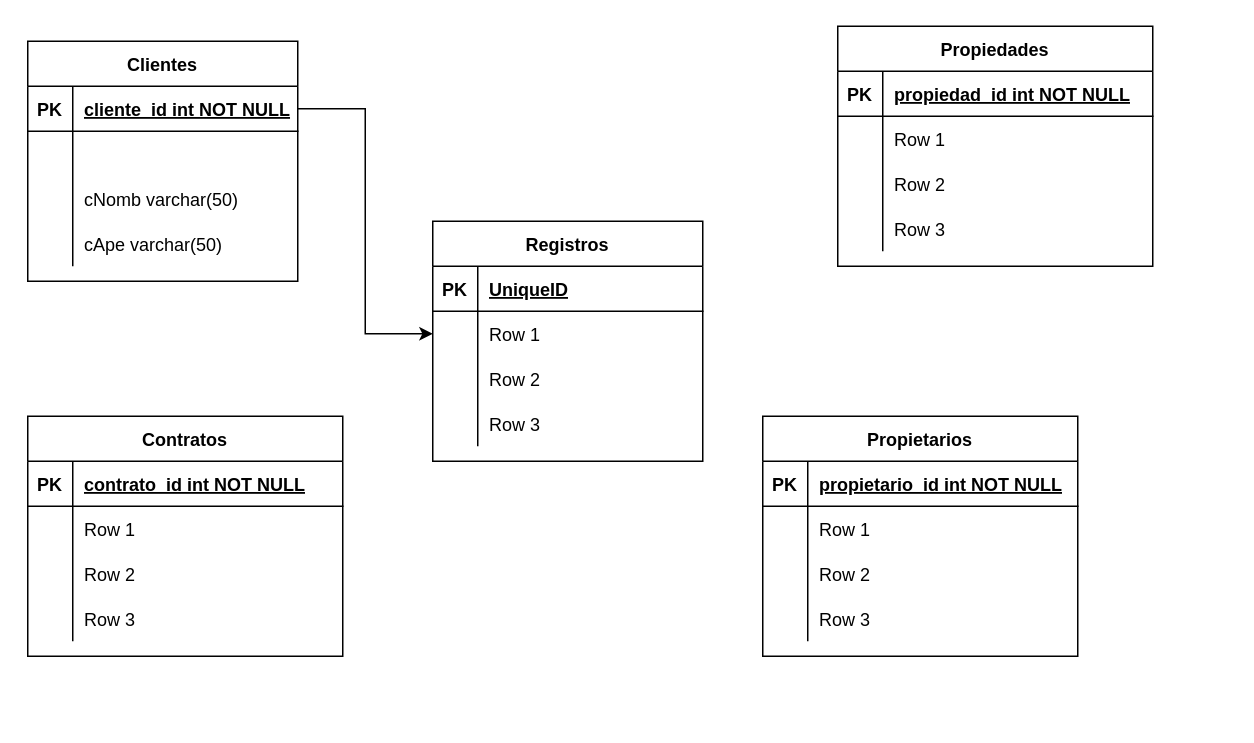
Earlier version of the draw.io diagram EstradaCasaDorada.drawio (JosueEstrada/DiagramasBaseDatosII). Source tidied: cells renumbered, new cells numbered last; positions are measured from the earlier drawing's top-left corner, leaving out a move shared by most shapes. Both pictures are drawn from the tidied source at 150%, with x=0, y=0 at pixel (27, 26).
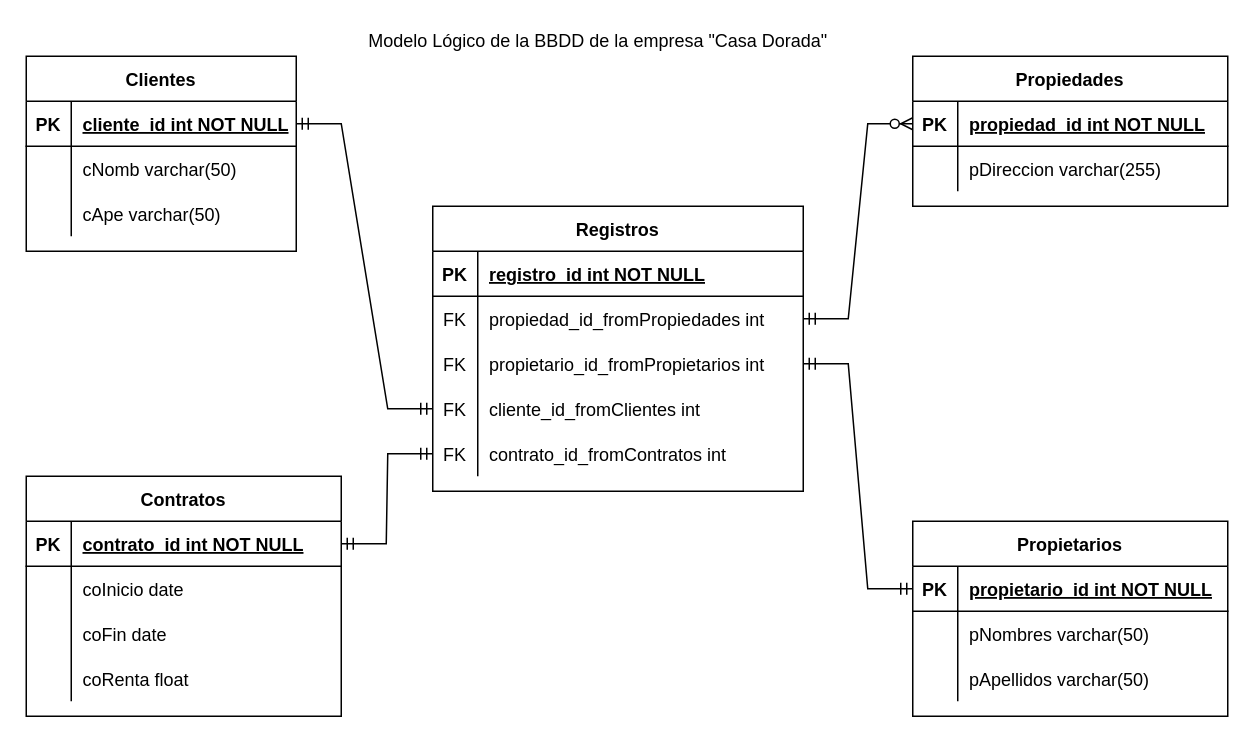
The same diagram, later.

The change refers to these unchanged cells:
```xml
<mxCell id="3" style="shape=tableRow;horizontal=0;startSize=0;swimlaneHead=0;swimlaneBody=0;fillColor=none;points=[[0,0.5],[1,0.5]];portConstraint=eastwest;top=0;left=0;right=0;bottom=1;" parent="2" vertex="1">
  <mxGeometry y="30" width="180" height="30" as="geometry" />
</mxCell>
<mxCell id="16" style="shape=tableRow;horizontal=0;startSize=0;swimlaneHead=0;swimlaneBody=0;fillColor=none;points=[[0,0.5],[1,0.5]];portConstraint=eastwest;top=0;left=0;right=0;bottom=1;" parent="15" vertex="1">
  <mxGeometry y="30" width="210" height="30" as="geometry" />
</mxCell>
<mxCell id="19" style="shape=tableRow;horizontal=0;startSize=0;swimlaneHead=0;swimlaneBody=0;fillColor=none;top=0;left=0;right=0;bottom=0;" parent="15" vertex="1">
  <mxGeometry y="60" width="210" height="30" as="geometry" />
</mxCell>
<mxCell id="22" style="shape=tableRow;horizontal=0;startSize=0;swimlaneHead=0;swimlaneBody=0;fillColor=none;top=0;left=0;right=0;bottom=0;" parent="15" vertex="1">
  <mxGeometry y="90" width="210" height="30" as="geometry" />
</mxCell>
<mxCell id="25" style="shape=tableRow;horizontal=0;startSize=0;swimlaneHead=0;swimlaneBody=0;fillColor=none;top=0;left=0;right=0;bottom=0;" parent="15" vertex="1">
  <mxGeometry y="120" width="210" height="30" as="geometry" />
</mxCell>
<mxCell id="29" style="shape=tableRow;horizontal=0;startSize=0;swimlaneHead=0;swimlaneBody=0;fillColor=none;points=[[0,0.5],[1,0.5]];portConstraint=eastwest;top=0;left=0;right=0;bottom=1;" parent="28" vertex="1">
  <mxGeometry y="30" width="210" height="30" as="geometry" />
</mxCell>
<mxCell id="32" style="shape=tableRow;horizontal=0;startSize=0;swimlaneHead=0;swimlaneBody=0;fillColor=none;top=0;left=0;right=0;bottom=0;" parent="28" vertex="1">
  <mxGeometry y="60" width="210" height="30" as="geometry" />
</mxCell>
<mxCell id="42" style="shape=tableRow;horizontal=0;startSize=0;swimlaneHead=0;swimlaneBody=0;fillColor=none;points=[[0,0.5],[1,0.5]];portConstraint=eastwest;top=0;left=0;right=0;bottom=1;" parent="41" vertex="1">
  <mxGeometry y="30" width="210" height="30" as="geometry" />
</mxCell>
<mxCell id="45" style="shape=tableRow;horizontal=0;startSize=0;swimlaneHead=0;swimlaneBody=0;fillColor=none;top=0;left=0;right=0;bottom=0;" parent="41" vertex="1">
  <mxGeometry y="60" width="210" height="30" as="geometry" />
</mxCell>
<mxCell id="48" style="shape=tableRow;horizontal=0;startSize=0;swimlaneHead=0;swimlaneBody=0;fillColor=none;top=0;left=0;right=0;bottom=0;" parent="41" vertex="1">
  <mxGeometry y="90" width="210" height="30" as="geometry" />
</mxCell>
```

Diff of the diagram source:
```diff
@@
     <mxCell id="2" value="Clientes" style="shape=table;startSize=30;childLayout=tableLayout;rowLines=0;fontStyle=1;align=center;" parent="1" vertex="1">
-      <mxGeometry y="10" width="180" height="160" as="geometry" />
+      <mxGeometry x="-1" y="20" width="180" height="130" as="geometry" />
     </mxCell>
@@
-    <mxCell id="6" style="shape=tableRow;horizontal=0;startSize=0;swimlaneHead=0;swimlaneBody=0;fillColor=none;top=0;left=0;right=0;bottom=0;" parent="2" vertex="1">
-      <mxGeometry y="60" width="180" height="30" as="geometry" />
-    </mxCell>
-    <mxCell id="7" style="shape=partialRectangle;fillColor=none;top=0;left=0;bottom=0;right=0;overflow=hidden;" parent="6" vertex="1">
-      <mxGeometry width="30" height="30" as="geometry" />
-    </mxCell>
-    <mxCell id="8" style="shape=partialRectangle;fillColor=none;top=0;left=0;bottom=0;right=0;align=left;spacingLeft=6;overflow=hidden;" parent="6" vertex="1">
-      <mxGeometry x="30" width="150" height="30" as="geometry" />
-    </mxCell>
     <mxCell id="9" style="shape=tableRow;horizontal=0;startSize=0;swimlaneHead=0;swimlaneBody=0;fillColor=none;top=0;left=0;right=0;bottom=0;" parent="2" vertex="1">
-      <mxGeometry y="90" width="180" height="30" as="geometry" />
+      <mxGeometry y="60" width="180" height="30" as="geometry" />
     </mxCell>
@@
     <mxCell id="12" style="shape=tableRow;horizontal=0;startSize=0;swimlaneHead=0;swimlaneBody=0;fillColor=none;top=0;left=0;right=0;bottom=0;" parent="2" vertex="1">
-      <mxGeometry y="120" width="180" height="30" as="geometry" />
+      <mxGeometry y="90" width="180" height="30" as="geometry" />
     </mxCell>
@@
     <mxCell id="15" value="Contratos" style="shape=table;startSize=30;childLayout=tableLayout;rowLines=0;fontStyle=1;align=center;" parent="1" vertex="1">
-      <mxGeometry y="260" width="210" height="160" as="geometry" />
+      <mxGeometry x="-1" y="300" width="210" height="160" as="geometry" />
     </mxCell>
@@
-    <mxCell id="21" value="Row 1" style="shape=partialRectangle;fillColor=none;top=0;left=0;bottom=0;right=0;align=left;spacingLeft=6;overflow=hidden;" parent="19" vertex="1">
+    <mxCell id="21" value="coInicio date" style="shape=partialRectangle;fillColor=none;top=0;left=0;bottom=0;right=0;align=left;spacingLeft=6;overflow=hidden;" parent="19" vertex="1">
       <mxGeometry x="30" width="180" height="30" as="geometry" />
     </mxCell>
@@
-    <mxCell id="24" value="Row 2" style="shape=partialRectangle;fillColor=none;top=0;left=0;bottom=0;right=0;align=left;spacingLeft=6;overflow=hidden;" parent="22" vertex="1">
+    <mxCell id="24" value="coFin date" style="shape=partialRectangle;fillColor=none;top=0;left=0;bottom=0;right=0;align=left;spacingLeft=6;overflow=hidden;" parent="22" vertex="1">
       <mxGeometry x="30" width="180" height="30" as="geometry" />
     </mxCell>
@@
-    <mxCell id="27" value="Row 3" style="shape=partialRectangle;fillColor=none;top=0;left=0;bottom=0;right=0;align=left;spacingLeft=6;overflow=hidden;" parent="25" vertex="1">
+    <mxCell id="27" value="coRenta float" style="shape=partialRectangle;fillColor=none;top=0;left=0;bottom=0;right=0;align=left;spacingLeft=6;overflow=hidden;" parent="25" vertex="1">
       <mxGeometry x="30" width="180" height="30" as="geometry" />
     </mxCell>
     <mxCell id="28" value="Propiedades" style="shape=table;startSize=30;childLayout=tableLayout;rowLines=0;fontStyle=1;align=center;" parent="1" vertex="1">
-      <mxGeometry x="540" width="210" height="160" as="geometry" />
+      <mxGeometry x="590" y="20" width="210" height="100" as="geometry" />
     </mxCell>
@@
-    <mxCell id="34" value="Row 1" style="shape=partialRectangle;fillColor=none;top=0;left=0;bottom=0;right=0;align=left;spacingLeft=6;overflow=hidden;" parent="32" vertex="1">
+    <mxCell id="34" value="pDireccion varchar(255)" style="shape=partialRectangle;fillColor=none;top=0;left=0;bottom=0;right=0;align=left;spacingLeft=6;overflow=hidden;" parent="32" vertex="1">
       <mxGeometry x="30" width="180" height="30" as="geometry" />
     </mxCell>
-    <mxCell id="35" style="shape=tableRow;horizontal=0;startSize=0;swimlaneHead=0;swimlaneBody=0;fillColor=none;top=0;left=0;right=0;bottom=0;" parent="28" vertex="1">
-      <mxGeometry y="90" width="210" height="30" as="geometry" />
-    </mxCell>
-    <mxCell id="36" style="shape=partialRectangle;fillColor=none;top=0;left=0;bottom=0;right=0;overflow=hidden;" parent="35" vertex="1">
-      <mxGeometry width="30" height="30" as="geometry" />
-    </mxCell>
-    <mxCell id="37" value="Row 2" style="shape=partialRectangle;fillColor=none;top=0;left=0;bottom=0;right=0;align=left;spacingLeft=6;overflow=hidden;" parent="35" vertex="1">
-      <mxGeometry x="30" width="180" height="30" as="geometry" />
-    </mxCell>
-    <mxCell id="38" style="shape=tableRow;horizontal=0;startSize=0;swimlaneHead=0;swimlaneBody=0;fillColor=none;top=0;left=0;right=0;bottom=0;" parent="28" vertex="1">
-      <mxGeometry y="120" width="210" height="30" as="geometry" />
-    </mxCell>
-    <mxCell id="39" style="shape=partialRectangle;fillColor=none;top=0;left=0;bottom=0;right=0;overflow=hidden;" parent="38" vertex="1">
-      <mxGeometry width="30" height="30" as="geometry" />
-    </mxCell>
-    <mxCell id="40" value="Row 3" style="shape=partialRectangle;fillColor=none;top=0;left=0;bottom=0;right=0;align=left;spacingLeft=6;overflow=hidden;" parent="38" vertex="1">
-      <mxGeometry x="30" width="180" height="30" as="geometry" />
-    </mxCell>
     <mxCell id="41" value="Propietarios" style="shape=table;startSize=30;childLayout=tableLayout;rowLines=0;fontStyle=1;align=center;" parent="1" vertex="1">
-      <mxGeometry x="490" y="260" width="210" height="160" as="geometry" />
+      <mxGeometry x="590" y="330" width="210" height="130" as="geometry" />
     </mxCell>
@@
-    <mxCell id="47" value="Row 1" style="shape=partialRectangle;fillColor=none;top=0;left=0;bottom=0;right=0;align=left;spacingLeft=6;overflow=hidden;" parent="45" vertex="1">
+    <mxCell id="47" value="pNombres varchar(50)" style="shape=partialRectangle;fillColor=none;top=0;left=0;bottom=0;right=0;align=left;spacingLeft=6;overflow=hidden;" parent="45" vertex="1">
       <mxGeometry x="30" width="180" height="30" as="geometry" />
     </mxCell>
@@
-    <mxCell id="50" value="Row 2" style="shape=partialRectangle;fillColor=none;top=0;left=0;bottom=0;right=0;align=left;spacingLeft=6;overflow=hidden;" parent="48" vertex="1">
+    <mxCell id="50" value="pApellidos varchar(50)" style="shape=partialRectangle;fillColor=none;top=0;left=0;bottom=0;right=0;align=left;spacingLeft=6;overflow=hidden;" parent="48" vertex="1">
       <mxGeometry x="30" width="180" height="30" as="geometry" />
     </mxCell>
-    <mxCell id="51" style="shape=tableRow;horizontal=0;startSize=0;swimlaneHead=0;swimlaneBody=0;fillColor=none;top=0;left=0;right=0;bottom=0;" parent="41" vertex="1">
-      <mxGeometry y="120" width="210" height="30" as="geometry" />
-    </mxCell>
-    <mxCell id="52" style="shape=partialRectangle;fillColor=none;top=0;left=0;bottom=0;right=0;overflow=hidden;" parent="51" vertex="1">
-      <mxGeometry width="30" height="30" as="geometry" />
-    </mxCell>
-    <mxCell id="53" value="Row 3" style="shape=partialRectangle;fillColor=none;top=0;left=0;bottom=0;right=0;align=left;spacingLeft=6;overflow=hidden;" parent="51" vertex="1">
-      <mxGeometry x="30" width="180" height="30" as="geometry" />
-    </mxCell>
     <mxCell id="54" value="Registros" style="shape=table;startSize=30;childLayout=tableLayout;rowLines=0;fontStyle=1;align=center;" parent="1" vertex="1">
-      <mxGeometry x="270" y="130" width="180" height="160" as="geometry" />
+      <mxGeometry x="270" y="120" width="247" height="190" as="geometry" />
     </mxCell>
     <mxCell id="55" style="shape=tableRow;horizontal=0;startSize=0;swimlaneHead=0;swimlaneBody=0;fillColor=none;top=0;left=0;right=0;bottom=1;" parent="54" vertex="1">
-      <mxGeometry y="30" width="180" height="30" as="geometry" />
+      <mxGeometry y="30" width="247" height="30" as="geometry" />
     </mxCell>
@@
-    <mxCell id="57" value="UniqueID" style="shape=partialRectangle;fillColor=none;top=0;left=0;bottom=0;right=0;align=left;spacingLeft=6;fontStyle=5;overflow=hidden;" parent="55" vertex="1">
-      <mxGeometry x="30" width="150" height="30" as="geometry" />
+    <mxCell id="57" value="registro_id int NOT NULL" style="shape=partialRectangle;fillColor=none;top=0;left=0;bottom=0;right=0;align=left;spacingLeft=6;fontStyle=5;overflow=hidden;" parent="55" vertex="1">
+      <mxGeometry x="30" width="217" height="30" as="geometry" />
     </mxCell>
     <mxCell id="58" style="shape=tableRow;horizontal=0;startSize=0;swimlaneHead=0;swimlaneBody=0;fillColor=none;points=[[0,0.5],[1,0.5]];portConstraint=eastwest;top=0;left=0;right=0;bottom=0;" parent="54" vertex="1">
-      <mxGeometry y="60" width="180" height="30" as="geometry" />
+      <mxGeometry y="60" width="247" height="30" as="geometry" />
     </mxCell>
-    <mxCell id="59" style="shape=partialRectangle;fillColor=none;top=0;left=0;bottom=0;right=0;overflow=hidden;" parent="58" vertex="1">
+    <mxCell id="59" value="FK" style="shape=partialRectangle;fillColor=none;top=0;left=0;bottom=0;right=0;overflow=hidden;" parent="58" vertex="1">
       <mxGeometry width="30" height="30" as="geometry" />
     </mxCell>
-    <mxCell id="60" value="Row 1" style="shape=partialRectangle;fillColor=none;top=0;left=0;bottom=0;right=0;align=left;spacingLeft=6;overflow=hidden;" parent="58" vertex="1">
-      <mxGeometry x="30" width="150" height="30" as="geometry" />
+    <mxCell id="60" value="propiedad_id_fromPropiedades int" style="shape=partialRectangle;fillColor=none;top=0;left=0;bottom=0;right=0;align=left;spacingLeft=6;overflow=hidden;" parent="58" vertex="1">
+      <mxGeometry x="30" width="217" height="30" as="geometry" />
     </mxCell>
     <mxCell id="61" style="shape=tableRow;horizontal=0;startSize=0;swimlaneHead=0;swimlaneBody=0;fillColor=none;points=[[0,0.5],[1,0.5]];portConstraint=eastwest;top=0;left=0;right=0;bottom=0;" parent="54" vertex="1">
-      <mxGeometry y="90" width="180" height="30" as="geometry" />
+      <mxGeometry y="90" width="247" height="30" as="geometry" />
     </mxCell>
-    <mxCell id="62" style="shape=partialRectangle;fillColor=none;top=0;left=0;bottom=0;right=0;overflow=hidden;" parent="61" vertex="1">
+    <mxCell id="62" value="FK" style="shape=partialRectangle;fillColor=none;top=0;left=0;bottom=0;right=0;overflow=hidden;" parent="61" vertex="1">
       <mxGeometry width="30" height="30" as="geometry" />
     </mxCell>
-    <mxCell id="63" value="Row 2" style="shape=partialRectangle;fillColor=none;top=0;left=0;bottom=0;right=0;align=left;spacingLeft=6;overflow=hidden;" parent="61" vertex="1">
-      <mxGeometry x="30" width="150" height="30" as="geometry" />
+    <mxCell id="63" value="propietario_id_fromPropietarios int" style="shape=partialRectangle;fillColor=none;top=0;left=0;bottom=0;right=0;align=left;spacingLeft=6;overflow=hidden;" parent="61" vertex="1">
+      <mxGeometry x="30" width="217" height="30" as="geometry" />
     </mxCell>
     <mxCell id="64" style="shape=tableRow;horizontal=0;startSize=0;swimlaneHead=0;swimlaneBody=0;fillColor=none;points=[[0,0.5],[1,0.5]];portConstraint=eastwest;top=0;left=0;right=0;bottom=0;" parent="54" vertex="1">
-      <mxGeometry y="120" width="180" height="30" as="geometry" />
+      <mxGeometry y="120" width="247" height="30" as="geometry" />
     </mxCell>
-    <mxCell id="65" style="shape=partialRectangle;fillColor=none;top=0;left=0;bottom=0;right=0;overflow=hidden;" parent="64" vertex="1">
+    <mxCell id="65" value="FK" style="shape=partialRectangle;fillColor=none;top=0;left=0;bottom=0;right=0;overflow=hidden;" parent="64" vertex="1">
       <mxGeometry width="30" height="30" as="geometry" />
     </mxCell>
-    <mxCell id="66" value="Row 3" style="shape=partialRectangle;fillColor=none;top=0;left=0;bottom=0;right=0;align=left;spacingLeft=6;overflow=hidden;" parent="64" vertex="1">
-      <mxGeometry x="30" width="150" height="30" as="geometry" />
+    <mxCell id="66" value="cliente_id_fromClientes int" style="shape=partialRectangle;fillColor=none;top=0;left=0;bottom=0;right=0;align=left;spacingLeft=6;overflow=hidden;" parent="64" vertex="1">
+      <mxGeometry x="30" width="217" height="30" as="geometry" />
     </mxCell>
-    <mxCell id="67" style="edgeStyle=orthogonalEdgeStyle;rounded=0;jettySize=auto;html=1;exitX=1;exitY=0.5;exitDx=0;exitDy=0;" parent="1" edge="1" source="3" target="58">
-      <mxGeometry relative="1" as="geometry" />
-    </mxCell>
+    <mxCell id="68" style="shape=tableRow;horizontal=0;startSize=0;swimlaneHead=0;swimlaneBody=0;fillColor=none;points=[[0,0.5],[1,0.5]];portConstraint=eastwest;top=0;left=0;right=0;bottom=0;" parent="54" vertex="1">
+      <mxGeometry y="150" width="247" height="30" as="geometry" />
+    </mxCell>
+    <mxCell id="69" value="FK" style="shape=partialRectangle;fillColor=none;top=0;left=0;bottom=0;right=0;overflow=hidden;" parent="68" vertex="1">
+      <mxGeometry width="30" height="30" as="geometry" />
+    </mxCell>
+    <mxCell id="70" value="contrato_id_fromContratos int" style="shape=partialRectangle;fillColor=none;top=0;left=0;bottom=0;right=0;align=left;spacingLeft=6;overflow=hidden;" parent="68" vertex="1">
+      <mxGeometry x="30" width="217" height="30" as="geometry" />
+    </mxCell>
+    <mxCell id="71" style="edgeStyle=entityRelationEdgeStyle;fontSize=12;html=1;endArrow=ERzeroToMany;startArrow=ERmandOne;rounded=0;exitX=1;exitY=0.5;exitDx=0;exitDy=0;entryX=0;entryY=0.5;entryDx=0;entryDy=0;" parent="1" edge="1" source="58" target="29">
+      <mxGeometry relative="1" as="geometry" />
+    </mxCell>
+    <mxCell id="72" style="edgeStyle=entityRelationEdgeStyle;fontSize=12;html=1;endArrow=ERmandOne;startArrow=ERmandOne;rounded=0;entryX=0;entryY=0.5;entryDx=0;entryDy=0;exitX=1;exitY=0.5;exitDx=0;exitDy=0;" parent="1" edge="1" source="61" target="42">
+      <mxGeometry relative="1" as="geometry" />
+    </mxCell>
+    <mxCell id="73" style="edgeStyle=entityRelationEdgeStyle;fontSize=12;html=1;endArrow=ERmandOne;startArrow=ERmandOne;rounded=0;exitX=1;exitY=0.5;exitDx=0;exitDy=0;entryX=0;entryY=0.5;entryDx=0;entryDy=0;" parent="1" edge="1" source="16" target="68">
+      <mxGeometry relative="1" as="geometry" />
+    </mxCell>
+    <mxCell id="74" style="edgeStyle=entityRelationEdgeStyle;fontSize=12;html=1;endArrow=ERmandOne;startArrow=ERmandOne;rounded=0;exitX=1;exitY=0.5;exitDx=0;exitDy=0;entryX=0;entryY=0.5;entryDx=0;entryDy=0;" parent="1" edge="1" source="3" target="64">
+      <mxGeometry relative="1" as="geometry" />
+    </mxCell>
+    <mxCell id="75" value="Modelo Lógico de la BBDD de la empresa &quot;Casa Dorada&quot;" style="text;html=1;align=center;verticalAlign=middle;strokeColor=none;fillColor=none;" parent="1" vertex="1">
+      <mxGeometry x="220" width="320" height="20" as="geometry" />
+    </mxCell>
```
